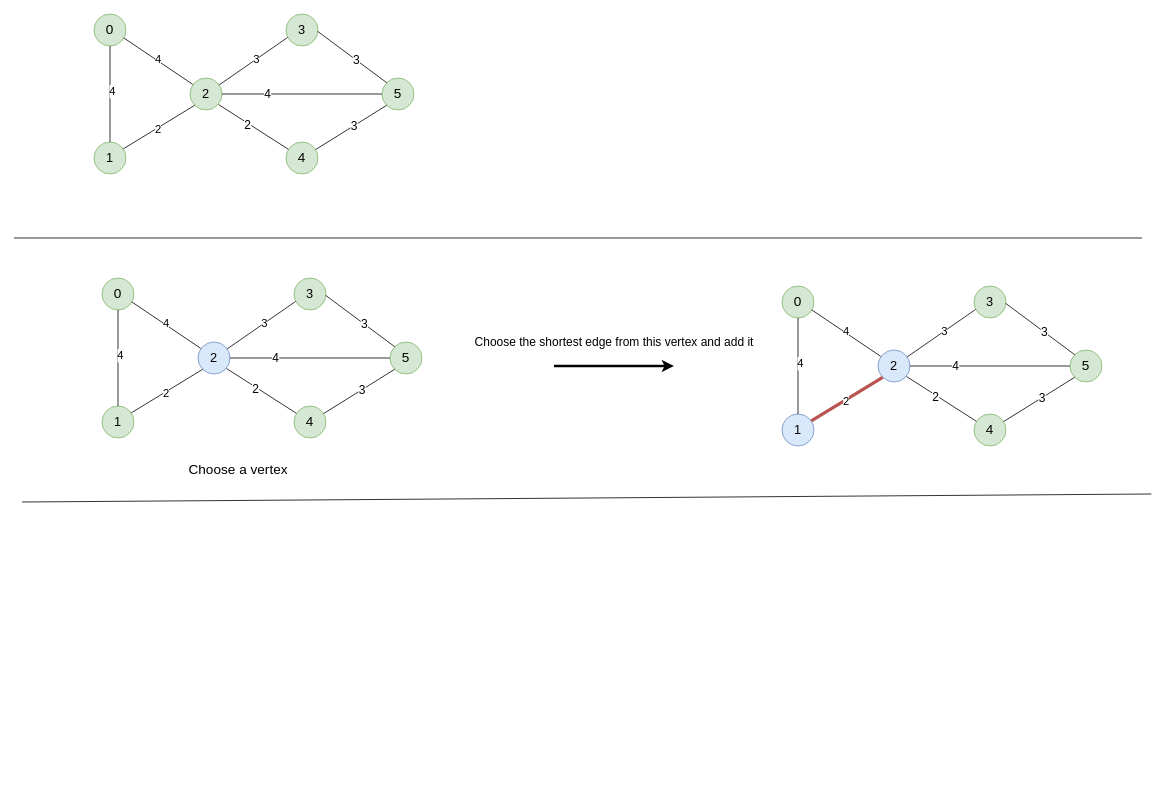
mahendra49/draw-io keeps this draw.io diagram as prims.drawio. Above is the earlier version. Source tidied: cells renumbered, new cells numbered last; positions are measured from the earlier drawing's top-left corner, leaving out a move shared by most shapes. Both pictures are drawn from the tidied source at 80%, with x=0, y=0 at pixel (14, 14).
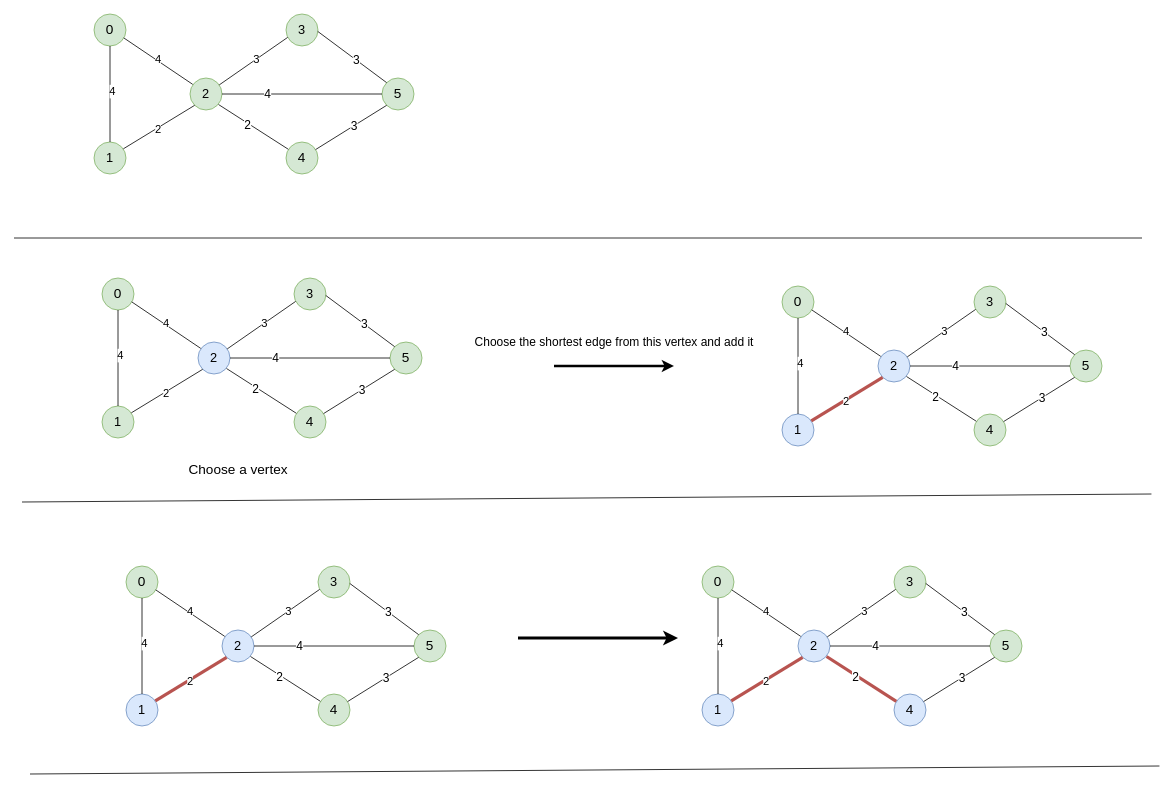
After the change.

The edit, as a diff of the source:
```diff
@@
+    <mxCell id="73" value="&lt;font style=&quot;font-size: 17px&quot;&gt;0&lt;/font&gt;" style="ellipse;whiteSpace=wrap;html=1;fillColor=#d5e8d4;strokeColor=#82b366;" parent="1" vertex="1">
+      <mxGeometry x="140" y="690" width="40" height="40" as="geometry" />
+    </mxCell>
+    <mxCell id="74" value="&lt;font style=&quot;font-size: 16px&quot;&gt;1&lt;/font&gt;" style="ellipse;whiteSpace=wrap;html=1;fillColor=#dae8fc;strokeColor=#6c8ebf;" parent="1" vertex="1">
+      <mxGeometry x="140" y="850" width="40" height="40" as="geometry" />
+    </mxCell>
+    <mxCell id="75" value="&lt;font style=&quot;font-size: 16px&quot;&gt;2&lt;/font&gt;" style="ellipse;whiteSpace=wrap;html=1;fillColor=#dae8fc;strokeColor=#6c8ebf;" parent="1" vertex="1">
+      <mxGeometry x="260" y="770" width="40" height="40" as="geometry" />
+    </mxCell>
+    <mxCell id="76" value="&lt;font style=&quot;font-size: 16px&quot;&gt;3&lt;/font&gt;" style="ellipse;whiteSpace=wrap;html=1;fillColor=#d5e8d4;strokeColor=#82b366;" parent="1" vertex="1">
+      <mxGeometry x="380" y="690" width="40" height="40" as="geometry" />
+    </mxCell>
+    <mxCell id="77" value="&lt;font style=&quot;font-size: 17px&quot;&gt;5&lt;/font&gt;" style="ellipse;whiteSpace=wrap;html=1;fillColor=#d5e8d4;strokeColor=#82b366;" parent="1" vertex="1">
+      <mxGeometry x="500" y="770" width="40" height="40" as="geometry" />
+    </mxCell>
+    <mxCell id="78" value="&lt;font style=&quot;font-size: 17px&quot;&gt;4&lt;/font&gt;" style="ellipse;whiteSpace=wrap;html=1;fillColor=#d5e8d4;strokeColor=#82b366;" parent="1" vertex="1">
+      <mxGeometry x="380" y="850" width="40" height="40" as="geometry" />
+    </mxCell>
+    <mxCell id="79" style="endArrow=none;html=1;rounded=0;entryX=0.929;entryY=0.746;entryDx=0;entryDy=0;exitX=0.086;exitY=0.2;exitDx=0;exitDy=0;entryPerimeter=0;exitPerimeter=0;" parent="1" edge="1" source="75" target="73">
+      <mxGeometry relative="1" as="geometry" />
+    </mxCell>
+    <mxCell id="80" value="&lt;font style=&quot;font-size: 14px&quot;&gt;4&lt;/font&gt;" style="edgeLabel;html=1;align=center;verticalAlign=middle;" parent="79" vertex="1">
+      <mxGeometry x="0.03" y="-1" relative="1" as="geometry" />
+    </mxCell>
+    <mxCell id="81" style="endArrow=none;html=1;rounded=0;entryX=0.916;entryY=0.214;entryDx=0;entryDy=0;exitX=0;exitY=1;exitDx=0;exitDy=0;entryPerimeter=0;fillColor=#f8cecc;strokeColor=#b85450;strokeWidth=4;" parent="1" edge="1" source="75" target="74">
+      <mxGeometry relative="1" as="geometry" />
+    </mxCell>
+    <mxCell id="82" value="&lt;font style=&quot;font-size: 14px&quot;&gt;2&lt;/font&gt;" style="edgeLabel;html=1;align=center;verticalAlign=middle;" parent="81" vertex="1">
+      <mxGeometry x="0.05" y="1" relative="1" as="geometry" />
+    </mxCell>
+    <mxCell id="83" style="endArrow=none;html=1;rounded=0;entryX=0.5;entryY=1;entryDx=0;entryDy=0;exitX=0.5;exitY=0;exitDx=0;exitDy=0;" parent="1" edge="1" source="74" target="73">
+      <mxGeometry relative="1" as="geometry" />
+    </mxCell>
+    <mxCell id="84" value="&lt;font style=&quot;font-size: 14px&quot;&gt;4&lt;/font&gt;" style="edgeLabel;html=1;align=center;verticalAlign=middle;" parent="83" vertex="1">
+      <mxGeometry x="0.07" y="-1" relative="1" as="geometry">
+        <mxPoint x="1" as="offset" />
+      </mxGeometry>
+    </mxCell>
+    <mxCell id="85" style="endArrow=none;html=1;rounded=0;entryX=0;entryY=0.5;entryDx=0;entryDy=0;exitX=1;exitY=0.5;exitDx=0;exitDy=0;" parent="1" edge="1" source="75" target="77">
+      <mxGeometry relative="1" as="geometry" />
+    </mxCell>
+    <mxCell id="86" value="&lt;font style=&quot;font-size: 15px&quot;&gt;4&lt;/font&gt;" style="edgeLabel;html=1;align=center;verticalAlign=middle;" parent="85" vertex="1">
+      <mxGeometry x="-0.44" y="2" relative="1" as="geometry" />
+    </mxCell>
+    <mxCell id="87" style="endArrow=none;html=1;rounded=0;entryX=0.052;entryY=0.731;entryDx=0;entryDy=0;entryPerimeter=0;" parent="1" edge="1" source="75" target="76">
+      <mxGeometry relative="1" as="geometry" />
+    </mxCell>
+    <mxCell id="88" value="&lt;font style=&quot;font-size: 14px&quot;&gt;3&lt;/font&gt;" style="edgeLabel;html=1;align=center;verticalAlign=middle;" parent="87" vertex="1">
+      <mxGeometry x="0.08" relative="1" as="geometry" />
+    </mxCell>
+    <mxCell id="89" style="endArrow=none;html=1;rounded=0;entryX=0.073;entryY=0.228;entryDx=0;entryDy=0;entryPerimeter=0;exitX=0.892;exitY=0.829;exitDx=0;exitDy=0;exitPerimeter=0;" parent="1" edge="1" source="75" target="78">
+      <mxGeometry relative="1" as="geometry" />
+    </mxCell>
+    <mxCell id="90" value="&lt;font style=&quot;font-size: 15px&quot;&gt;2&lt;/font&gt;" style="edgeLabel;html=1;align=center;verticalAlign=middle;" parent="89" vertex="1">
+      <mxGeometry x="-0.17" y="-1" relative="1" as="geometry" />
+    </mxCell>
+    <mxCell id="91" style="endArrow=none;html=1;rounded=0;entryX=0;entryY=0;entryDx=0;entryDy=0;exitX=0.992;exitY=0.544;exitDx=0;exitDy=0;exitPerimeter=0;" parent="1" edge="1" source="76" target="77">
+      <mxGeometry relative="1" as="geometry" />
+    </mxCell>
+    <mxCell id="92" value="&lt;font style=&quot;font-size: 15px&quot;&gt;3&lt;/font&gt;" style="edgeLabel;html=1;align=center;verticalAlign=middle;" parent="91" vertex="1">
+      <mxGeometry x="0.09" y="1" relative="1" as="geometry" />
+    </mxCell>
+    <mxCell id="93" style="endArrow=none;html=1;rounded=0;entryX=0;entryY=1;entryDx=0;entryDy=0;" parent="1" edge="1" source="78" target="77">
+      <mxGeometry relative="1" as="geometry" />
+    </mxCell>
+    <mxCell id="94" value="&lt;font style=&quot;font-size: 15px&quot;&gt;3&lt;/font&gt;" style="edgeLabel;html=1;align=center;verticalAlign=middle;" parent="93" vertex="1">
+      <mxGeometry x="0.09" y="1" relative="1" as="geometry" />
+    </mxCell>
+    <mxCell id="95" style="endArrow=classic;html=1;rounded=0;fontSize=15;strokeWidth=4;" parent="1" edge="1">
+      <mxGeometry relative="1" as="geometry">
+        <mxPoint x="630" y="780" as="sourcePoint" />
+        <mxPoint x="830" y="780" as="targetPoint" />
+      </mxGeometry>
+    </mxCell>
+    <mxCell id="96" value="&lt;font style=&quot;font-size: 17px&quot;&gt;0&lt;/font&gt;" style="ellipse;whiteSpace=wrap;html=1;fillColor=#d5e8d4;strokeColor=#82b366;" parent="1" vertex="1">
+      <mxGeometry x="860" y="690" width="40" height="40" as="geometry" />
+    </mxCell>
+    <mxCell id="97" value="&lt;font style=&quot;font-size: 16px&quot;&gt;1&lt;/font&gt;" style="ellipse;whiteSpace=wrap;html=1;fillColor=#dae8fc;strokeColor=#6c8ebf;" parent="1" vertex="1">
+      <mxGeometry x="860" y="850" width="40" height="40" as="geometry" />
+    </mxCell>
+    <mxCell id="98" value="&lt;font style=&quot;font-size: 16px&quot;&gt;2&lt;/font&gt;" style="ellipse;whiteSpace=wrap;html=1;fillColor=#dae8fc;strokeColor=#6c8ebf;" parent="1" vertex="1">
+      <mxGeometry x="980" y="770" width="40" height="40" as="geometry" />
+    </mxCell>
+    <mxCell id="99" value="&lt;font style=&quot;font-size: 16px&quot;&gt;3&lt;/font&gt;" style="ellipse;whiteSpace=wrap;html=1;fillColor=#d5e8d4;strokeColor=#82b366;" parent="1" vertex="1">
+      <mxGeometry x="1100" y="690" width="40" height="40" as="geometry" />
+    </mxCell>
+    <mxCell id="100" value="&lt;font style=&quot;font-size: 17px&quot;&gt;5&lt;/font&gt;" style="ellipse;whiteSpace=wrap;html=1;fillColor=#d5e8d4;strokeColor=#82b366;" parent="1" vertex="1">
+      <mxGeometry x="1220" y="770" width="40" height="40" as="geometry" />
+    </mxCell>
+    <mxCell id="101" value="&lt;font style=&quot;font-size: 17px&quot;&gt;4&lt;/font&gt;" style="ellipse;whiteSpace=wrap;html=1;fillColor=#dae8fc;strokeColor=#6c8ebf;" parent="1" vertex="1">
+      <mxGeometry x="1100" y="850" width="40" height="40" as="geometry" />
+    </mxCell>
+    <mxCell id="102" style="endArrow=none;html=1;rounded=0;entryX=0.929;entryY=0.746;entryDx=0;entryDy=0;exitX=0.086;exitY=0.2;exitDx=0;exitDy=0;entryPerimeter=0;exitPerimeter=0;" parent="1" edge="1" source="98" target="96">
+      <mxGeometry relative="1" as="geometry" />
+    </mxCell>
+    <mxCell id="103" value="&lt;font style=&quot;font-size: 14px&quot;&gt;4&lt;/font&gt;" style="edgeLabel;html=1;align=center;verticalAlign=middle;" parent="102" vertex="1">
+      <mxGeometry x="0.03" y="-1" relative="1" as="geometry" />
+    </mxCell>
+    <mxCell id="104" style="endArrow=none;html=1;rounded=0;entryX=0.916;entryY=0.214;entryDx=0;entryDy=0;exitX=0;exitY=1;exitDx=0;exitDy=0;entryPerimeter=0;fillColor=#f8cecc;strokeColor=#b85450;strokeWidth=4;" parent="1" edge="1" source="98" target="97">
+      <mxGeometry relative="1" as="geometry" />
+    </mxCell>
+    <mxCell id="105" value="&lt;font style=&quot;font-size: 14px&quot;&gt;2&lt;/font&gt;" style="edgeLabel;html=1;align=center;verticalAlign=middle;" parent="104" vertex="1">
+      <mxGeometry x="0.05" y="1" relative="1" as="geometry" />
+    </mxCell>
+    <mxCell id="106" style="endArrow=none;html=1;rounded=0;entryX=0.5;entryY=1;entryDx=0;entryDy=0;exitX=0.5;exitY=0;exitDx=0;exitDy=0;" parent="1" edge="1" source="97" target="96">
+      <mxGeometry relative="1" as="geometry" />
+    </mxCell>
+    <mxCell id="107" value="&lt;font style=&quot;font-size: 14px&quot;&gt;4&lt;/font&gt;" style="edgeLabel;html=1;align=center;verticalAlign=middle;" parent="106" vertex="1">
+      <mxGeometry x="0.07" y="-1" relative="1" as="geometry">
+        <mxPoint x="1" as="offset" />
+      </mxGeometry>
+    </mxCell>
+    <mxCell id="108" style="endArrow=none;html=1;rounded=0;entryX=0;entryY=0.5;entryDx=0;entryDy=0;exitX=1;exitY=0.5;exitDx=0;exitDy=0;" parent="1" edge="1" source="98" target="100">
+      <mxGeometry relative="1" as="geometry" />
+    </mxCell>
+    <mxCell id="109" value="&lt;font style=&quot;font-size: 15px&quot;&gt;4&lt;/font&gt;" style="edgeLabel;html=1;align=center;verticalAlign=middle;" parent="108" vertex="1">
+      <mxGeometry x="-0.44" y="2" relative="1" as="geometry" />
+    </mxCell>
+    <mxCell id="110" style="endArrow=none;html=1;rounded=0;entryX=0.052;entryY=0.731;entryDx=0;entryDy=0;entryPerimeter=0;" parent="1" edge="1" source="98" target="99">
+      <mxGeometry relative="1" as="geometry" />
+    </mxCell>
+    <mxCell id="111" value="&lt;font style=&quot;font-size: 14px&quot;&gt;3&lt;/font&gt;" style="edgeLabel;html=1;align=center;verticalAlign=middle;" parent="110" vertex="1">
+      <mxGeometry x="0.08" relative="1" as="geometry" />
+    </mxCell>
+    <mxCell id="112" style="endArrow=none;html=1;rounded=0;entryX=0.073;entryY=0.228;entryDx=0;entryDy=0;entryPerimeter=0;exitX=0.892;exitY=0.829;exitDx=0;exitDy=0;exitPerimeter=0;fillColor=#f8cecc;strokeColor=#b85450;strokeWidth=4;" parent="1" edge="1" source="98" target="101">
+      <mxGeometry relative="1" as="geometry" />
+    </mxCell>
+    <mxCell id="113" value="&lt;font style=&quot;font-size: 15px&quot;&gt;2&lt;/font&gt;" style="edgeLabel;html=1;align=center;verticalAlign=middle;" parent="112" vertex="1">
+      <mxGeometry x="-0.17" y="-1" relative="1" as="geometry" />
+    </mxCell>
+    <mxCell id="114" style="endArrow=none;html=1;rounded=0;entryX=0;entryY=0;entryDx=0;entryDy=0;exitX=0.992;exitY=0.544;exitDx=0;exitDy=0;exitPerimeter=0;" parent="1" edge="1" source="99" target="100">
+      <mxGeometry relative="1" as="geometry" />
+    </mxCell>
+    <mxCell id="115" value="&lt;font style=&quot;font-size: 15px&quot;&gt;3&lt;/font&gt;" style="edgeLabel;html=1;align=center;verticalAlign=middle;" parent="114" vertex="1">
+      <mxGeometry x="0.09" y="1" relative="1" as="geometry" />
+    </mxCell>
+    <mxCell id="116" style="endArrow=none;html=1;rounded=0;entryX=0;entryY=1;entryDx=0;entryDy=0;" parent="1" edge="1" source="101" target="100">
+      <mxGeometry relative="1" as="geometry" />
+    </mxCell>
+    <mxCell id="117" value="&lt;font style=&quot;font-size: 15px&quot;&gt;3&lt;/font&gt;" style="edgeLabel;html=1;align=center;verticalAlign=middle;" parent="116" vertex="1">
+      <mxGeometry x="0.09" y="1" relative="1" as="geometry" />
+    </mxCell>
+    <mxCell id="118" style="endArrow=none;html=1;rounded=0;fontSize=17;" parent="1" edge="1">
+      <mxGeometry relative="1" as="geometry">
+        <mxPoint x="20" y="950" as="sourcePoint" />
+        <mxPoint x="1431.8" y="940" as="targetPoint" />
+      </mxGeometry>
+    </mxCell>
```
